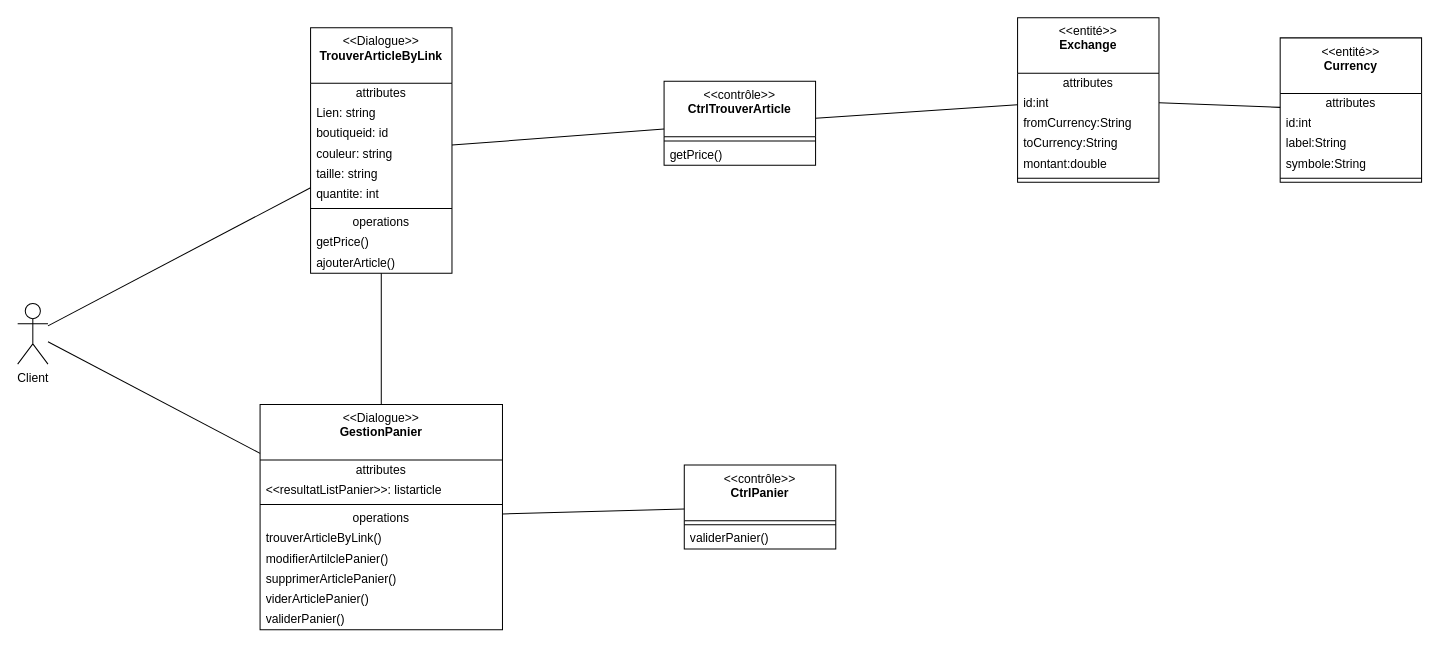
This is page "DCP-MFS1" (3 of 3) of Diagramme_MyFrench_Shop.drawio from kbvac/Diagramme-UML, a draw.io file, before an edit. Source tidied: cells renumbered, new cells numbered last; positions are measured from the earlier drawing's top-left corner, leaving out a move shared by most shapes. Both pictures are drawn from the tidied source at 101%, with x=0, y=0 at pixel (17, 17).
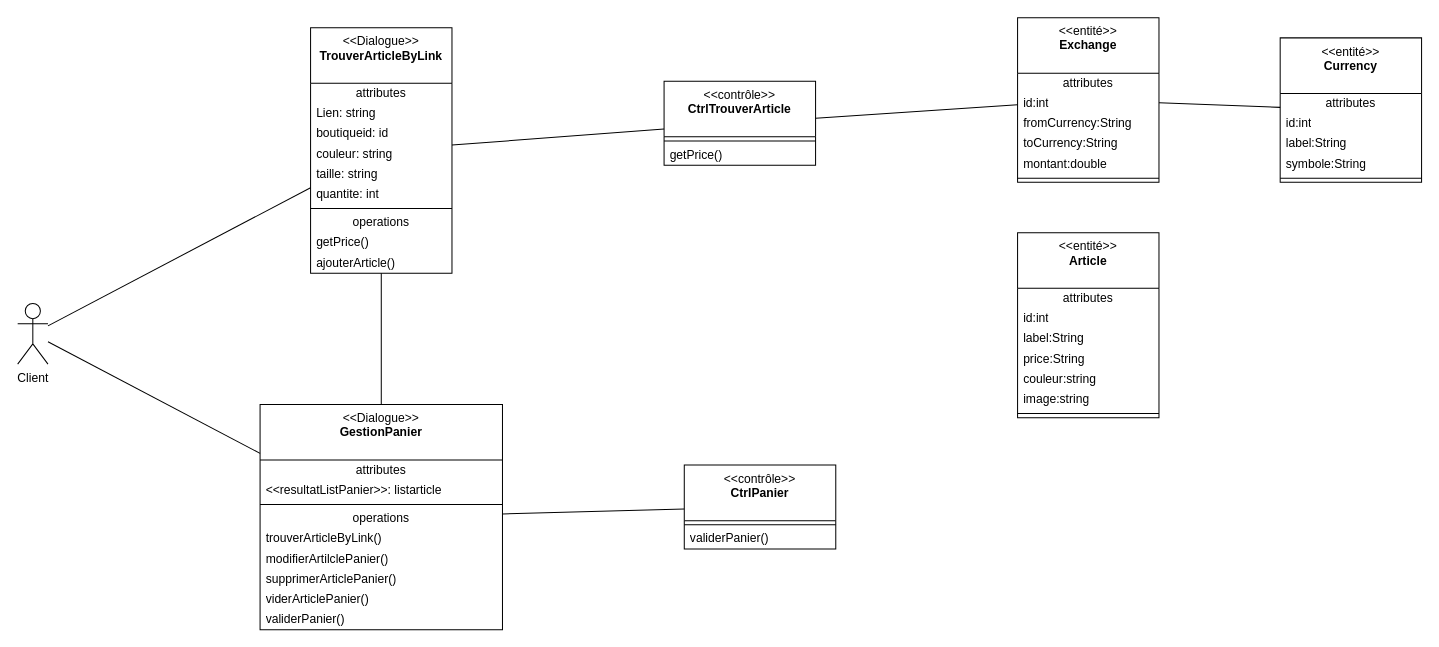
Above is the later version.

The edit, as a diff of the source:
```diff
@@
+    <mxCell id="50" value="&amp;lt;&amp;lt;entité&amp;gt;&amp;gt;&lt;br&gt;&lt;b&gt;Article&lt;/b&gt;" style="swimlane;fontStyle=0;align=center;verticalAlign=top;horizontal=1;startSize=55;html=1;whiteSpace=wrap;" parent="1" vertex="1">
+      <mxGeometry x="990" y="213" width="140" height="183" as="geometry" />
+    </mxCell>
+    <mxCell id="51" value="attributes" style="text;html=1;strokeColor=none;fillColor=none;align=center;verticalAlign=middle;spacingLeft=4;spacingRight=4;overflow=hidden;whiteSpace=wrap;" parent="50" vertex="1">
+      <mxGeometry y="55" width="140" height="20" as="geometry" />
+    </mxCell>
+    <mxCell id="52" value="id:int" style="text;html=1;strokeColor=none;fillColor=none;align=left;verticalAlign=middle;spacingLeft=4;spacingRight=4;overflow=hidden;whiteSpace=wrap;" parent="50" vertex="1">
+      <mxGeometry y="75" width="140" height="20" as="geometry" />
+    </mxCell>
+    <mxCell id="53" value="label:String" style="text;html=1;strokeColor=none;fillColor=none;align=left;verticalAlign=middle;spacingLeft=4;spacingRight=4;overflow=hidden;whiteSpace=wrap;" parent="50" vertex="1">
+      <mxGeometry y="95" width="140" height="20" as="geometry" />
+    </mxCell>
+    <mxCell id="54" value="price:String" style="text;html=1;strokeColor=none;fillColor=none;align=left;verticalAlign=middle;spacingLeft=4;spacingRight=4;overflow=hidden;whiteSpace=wrap;" parent="50" vertex="1">
+      <mxGeometry y="115" width="140" height="20" as="geometry" />
+    </mxCell>
+    <mxCell id="55" value="couleur:string" style="text;html=1;strokeColor=none;fillColor=none;align=left;verticalAlign=middle;spacingLeft=4;spacingRight=4;overflow=hidden;whiteSpace=wrap;" parent="50" vertex="1">
+      <mxGeometry y="135" width="140" height="20" as="geometry" />
+    </mxCell>
+    <mxCell id="56" value="image:string" style="text;html=1;strokeColor=none;fillColor=none;align=left;verticalAlign=middle;spacingLeft=4;spacingRight=4;overflow=hidden;whiteSpace=wrap;" parent="50" vertex="1">
+      <mxGeometry y="155" width="140" height="20" as="geometry" />
+    </mxCell>
+    <mxCell id="57" style="line;strokeWidth=1;fillColor=none;align=left;verticalAlign=middle;spacingTop=-1;spacingLeft=3;spacingRight=3;labelPosition=right;" parent="50" vertex="1">
+      <mxGeometry y="175" width="140" height="8" as="geometry" />
+    </mxCell>
```
